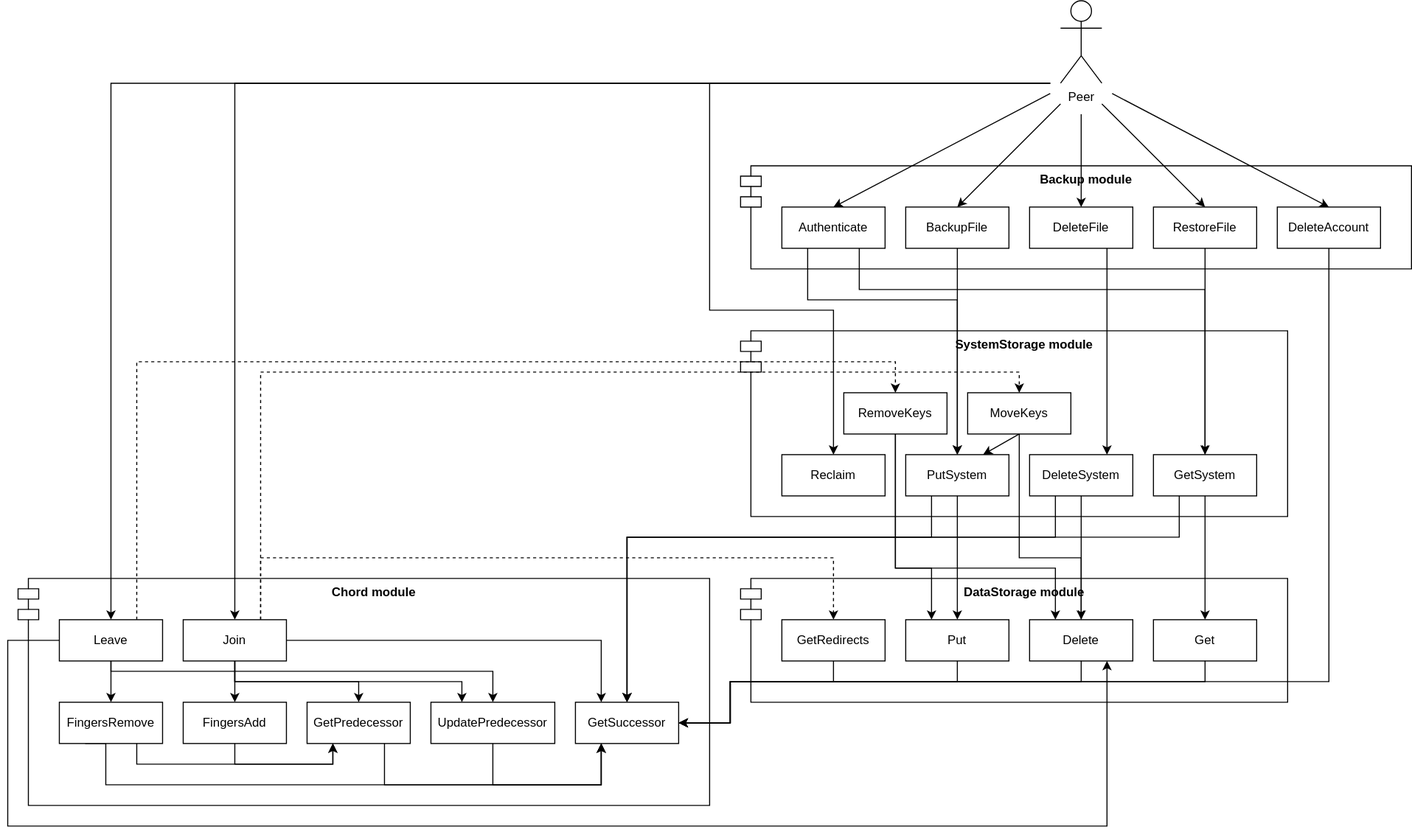
Above: doc/protocols.svg in dmfrodrigues/feup-sdis-proj2 (draw.io), before the change. Source tidied: cells renumbered, new cells last; positions are measured from the earlier drawing's top-left corner, leaving out a move shared by most shapes.
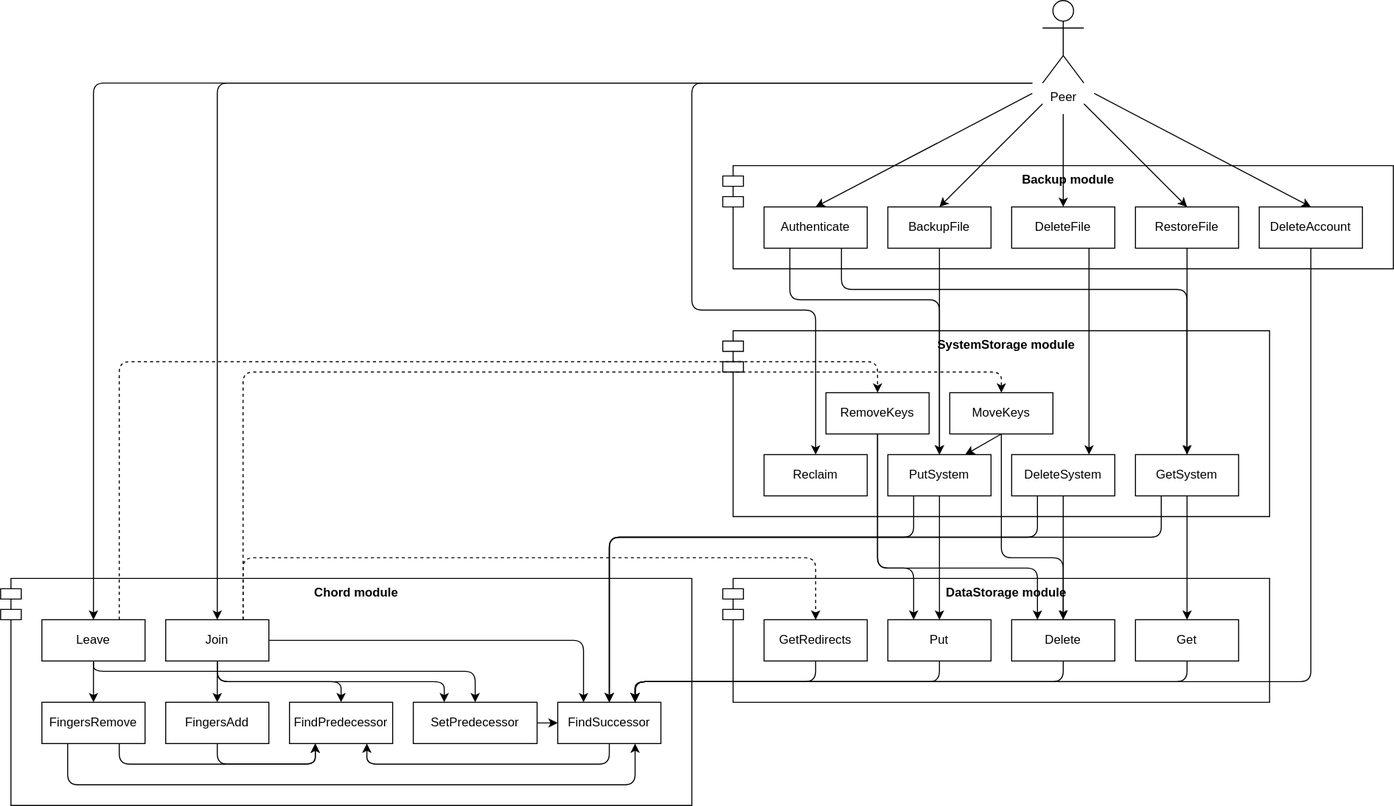
After the commit.

The edit, as a diff of the source:
```diff
@@ -10,3 +10,11 @@
     </mxCell>
+    <mxCell id="72" style="edgeStyle=orthogonalEdgeStyle;rounded=1;jettySize=auto;html=1;exitX=0.5;exitY=1;exitDx=0;exitDy=0;entryX=0.75;entryY=1;entryDx=0;entryDy=0;" parent="1" edge="1" source="4" target="47">
+      <mxGeometry relative="1" as="geometry">
+        <Array as="points">
+          <mxPoint x="600" y="740" />
+          <mxPoint x="365" y="740" />
+        </Array>
+      </mxGeometry>
+    </mxCell>
-    <mxCell id="4" value="GetSuccessor" style="rounded=0;whiteSpace=wrap;html=1;spacing=10;" parent="1" vertex="1">
+    <mxCell id="4" value="FindSuccessor" style="rounded=0;whiteSpace=wrap;html=1;spacing=10;" parent="1" vertex="1">
       <mxGeometry x="550" y="680" width="100" height="40" as="geometry" />
@@ -16,3 +24,3 @@
     </mxCell>
-    <mxCell id="6" style="edgeStyle=orthogonalEdgeStyle;rounded=0;jettySize=auto;html=1;exitX=0.25;exitY=1;exitDx=0;exitDy=0;entryX=0.5;entryY=0;entryDx=0;entryDy=0;" parent="1" edge="1" source="7" target="4">
+    <mxCell id="6" style="edgeStyle=orthogonalEdgeStyle;rounded=1;jettySize=auto;html=1;exitX=0.25;exitY=1;exitDx=0;exitDy=0;entryX=0.5;entryY=0;entryDx=0;entryDy=0;" parent="1" edge="1" source="7" target="4">
       <mxGeometry relative="1" as="geometry">
@@ -27,3 +35,3 @@
     </mxCell>
-    <mxCell id="8" style="edgeStyle=orthogonalEdgeStyle;rounded=0;jettySize=auto;html=1;exitX=0.25;exitY=1;exitDx=0;exitDy=0;entryX=0.5;entryY=0;entryDx=0;entryDy=0;endArrow=classic;endFill=1;" parent="1" edge="1" source="9" target="4">
+    <mxCell id="8" style="edgeStyle=orthogonalEdgeStyle;rounded=1;jettySize=auto;html=1;exitX=0.25;exitY=1;exitDx=0;exitDy=0;entryX=0.5;entryY=0;entryDx=0;entryDy=0;endArrow=classic;endFill=1;" parent="1" edge="1" source="9" target="4">
       <mxGeometry relative="1" as="geometry">
@@ -38,3 +46,3 @@
     </mxCell>
-    <mxCell id="10" style="edgeStyle=orthogonalEdgeStyle;rounded=0;jettySize=auto;html=1;exitX=0.25;exitY=1;exitDx=0;exitDy=0;entryX=0.5;entryY=0;entryDx=0;entryDy=0;" parent="1" edge="1" source="11" target="4">
+    <mxCell id="10" style="edgeStyle=orthogonalEdgeStyle;rounded=1;jettySize=auto;html=1;exitX=0.25;exitY=1;exitDx=0;exitDy=0;entryX=0.5;entryY=0;entryDx=0;entryDy=0;" parent="1" edge="1" source="11" target="4">
       <mxGeometry relative="1" as="geometry">
@@ -85,3 +93,3 @@
     </mxCell>
-    <mxCell id="19" style="edgeStyle=orthogonalEdgeStyle;rounded=0;jettySize=auto;html=1;exitX=0.25;exitY=1;exitDx=0;exitDy=0;entryX=0.5;entryY=0;entryDx=0;entryDy=0;" parent="1" edge="1" source="20" target="7">
+    <mxCell id="19" style="edgeStyle=orthogonalEdgeStyle;rounded=1;jettySize=auto;html=1;exitX=0.25;exitY=1;exitDx=0;exitDy=0;entryX=0.5;entryY=0;entryDx=0;entryDy=0;" parent="1" edge="1" source="20" target="7">
       <mxGeometry relative="1" as="geometry">
@@ -96,3 +104,3 @@
     </mxCell>
-    <mxCell id="21" style="edgeStyle=orthogonalEdgeStyle;rounded=0;jettySize=auto;html=1;entryX=0.5;entryY=0;entryDx=0;entryDy=0;endArrow=classic;endFill=1;" parent="1" edge="1" target="27">
+    <mxCell id="21" style="edgeStyle=orthogonalEdgeStyle;rounded=1;jettySize=auto;html=1;entryX=0.5;entryY=0;entryDx=0;entryDy=0;endArrow=classic;endFill=1;" parent="1" edge="1" target="27">
       <mxGeometry relative="1" as="geometry">
@@ -101,6 +109,6 @@
     </mxCell>
-    <mxCell id="22" style="edgeStyle=orthogonalEdgeStyle;rounded=0;jettySize=auto;html=1;exitX=0.75;exitY=0;exitDx=0;exitDy=0;entryX=0.5;entryY=0;entryDx=0;entryDy=0;endArrow=classic;endFill=1;dashed=1;" parent="1" edge="1" source="27" target="38">
+    <mxCell id="22" style="edgeStyle=orthogonalEdgeStyle;rounded=1;jettySize=auto;html=1;exitX=0.75;exitY=0;exitDx=0;exitDy=0;entryX=0.5;entryY=0;entryDx=0;entryDy=0;endArrow=classic;endFill=1;dashed=1;" parent="1" edge="1" source="27" target="38">
       <mxGeometry relative="1" as="geometry" />
     </mxCell>
-    <mxCell id="23" style="edgeStyle=orthogonalEdgeStyle;rounded=0;jettySize=auto;html=1;exitX=0.5;exitY=1;exitDx=0;exitDy=0;entryX=0.5;entryY=0;entryDx=0;entryDy=0;" parent="1" edge="1" source="27" target="47">
+    <mxCell id="23" style="edgeStyle=orthogonalEdgeStyle;rounded=1;jettySize=auto;html=1;exitX=0.5;exitY=1;exitDx=0;exitDy=0;entryX=0.5;entryY=0;entryDx=0;entryDy=0;" parent="1" edge="1" source="27" target="47">
       <mxGeometry relative="1" as="geometry">
@@ -112,3 +120,3 @@
     </mxCell>
-    <mxCell id="24" style="edgeStyle=orthogonalEdgeStyle;rounded=0;jettySize=auto;html=1;exitX=0.5;exitY=1;exitDx=0;exitDy=0;entryX=0.25;entryY=0;entryDx=0;entryDy=0;" parent="1" edge="1" source="27" target="34">
+    <mxCell id="24" style="edgeStyle=orthogonalEdgeStyle;rounded=1;jettySize=auto;html=1;exitX=0.5;exitY=1;exitDx=0;exitDy=0;entryX=0.25;entryY=0;entryDx=0;entryDy=0;" parent="1" edge="1" source="27" target="34">
       <mxGeometry relative="1" as="geometry">
@@ -120,6 +128,6 @@
     </mxCell>
-    <mxCell id="25" style="edgeStyle=orthogonalEdgeStyle;rounded=0;jettySize=auto;html=1;exitX=0.5;exitY=1;exitDx=0;exitDy=0;entryX=0.5;entryY=0;entryDx=0;entryDy=0;" parent="1" edge="1" source="27" target="36">
+    <mxCell id="25" style="edgeStyle=orthogonalEdgeStyle;rounded=1;jettySize=auto;html=1;exitX=0.5;exitY=1;exitDx=0;exitDy=0;entryX=0.5;entryY=0;entryDx=0;entryDy=0;" parent="1" edge="1" source="27" target="36">
       <mxGeometry relative="1" as="geometry" />
     </mxCell>
-    <mxCell id="26" style="edgeStyle=orthogonalEdgeStyle;rounded=0;jettySize=auto;html=1;exitX=0.75;exitY=0;exitDx=0;exitDy=0;entryX=0.5;entryY=0;entryDx=0;entryDy=0;dashed=1;" parent="1" edge="1" source="27" target="71">
+    <mxCell id="26" style="edgeStyle=orthogonalEdgeStyle;rounded=1;jettySize=auto;html=1;exitX=0.75;exitY=0;exitDx=0;exitDy=0;entryX=0.5;entryY=0;entryDx=0;entryDy=0;dashed=1;" parent="1" edge="1" source="27" target="71">
       <mxGeometry relative="1" as="geometry">
@@ -134,3 +142,3 @@
     </mxCell>
-    <mxCell id="28" style="edgeStyle=none;rounded=0;jettySize=auto;html=1;entryX=0.5;entryY=0;entryDx=0;entryDy=0;endArrow=classic;endFill=1;" parent="1" edge="1" target="20">
+    <mxCell id="28" style="edgeStyle=none;rounded=1;jettySize=auto;html=1;entryX=0.5;entryY=0;entryDx=0;entryDy=0;endArrow=classic;endFill=1;" parent="1" edge="1" target="20">
       <mxGeometry relative="1" as="geometry">
@@ -139,3 +147,3 @@
     </mxCell>
-    <mxCell id="29" style="edgeStyle=none;rounded=0;jettySize=auto;html=1;entryX=0.5;entryY=0;entryDx=0;entryDy=0;endArrow=classic;endFill=1;" parent="1" edge="1" target="14">
+    <mxCell id="29" style="edgeStyle=none;rounded=1;jettySize=auto;html=1;entryX=0.5;entryY=0;entryDx=0;entryDy=0;endArrow=classic;endFill=1;" parent="1" edge="1" target="14">
       <mxGeometry relative="1" as="geometry">
@@ -144,3 +152,3 @@
     </mxCell>
-    <mxCell id="30" style="edgeStyle=none;rounded=0;jettySize=auto;html=1;entryX=0.5;entryY=0;entryDx=0;entryDy=0;endArrow=classic;endFill=1;" parent="1" edge="1" target="18">
+    <mxCell id="30" style="edgeStyle=none;rounded=1;jettySize=auto;html=1;entryX=0.5;entryY=0;entryDx=0;entryDy=0;endArrow=classic;endFill=1;" parent="1" edge="1" target="18">
       <mxGeometry relative="1" as="geometry">
@@ -149,3 +157,3 @@
     </mxCell>
-    <mxCell id="31" style="edgeStyle=none;rounded=0;jettySize=auto;html=1;entryX=0.5;entryY=0;entryDx=0;entryDy=0;endArrow=classic;endFill=1;" parent="1" edge="1" target="16">
+    <mxCell id="31" style="edgeStyle=none;rounded=1;jettySize=auto;html=1;entryX=0.5;entryY=0;entryDx=0;entryDy=0;endArrow=classic;endFill=1;" parent="1" edge="1" target="16">
       <mxGeometry relative="1" as="geometry">
@@ -157,7 +165,7 @@
     </mxCell>
-    <mxCell id="33" style="edgeStyle=orthogonalEdgeStyle;rounded=0;jettySize=auto;html=1;entryX=0.25;entryY=1;entryDx=0;entryDy=0;exitX=0.5;exitY=1;exitDx=0;exitDy=0;" parent="1" edge="1" source="34" target="4">
+    <mxCell id="33" style="edgeStyle=orthogonalEdgeStyle;rounded=1;jettySize=auto;html=1;entryX=0;entryY=0.5;entryDx=0;entryDy=0;exitX=1;exitY=0.5;exitDx=0;exitDy=0;" parent="1" edge="1" source="34" target="4">
       <mxGeometry relative="1" as="geometry">
         <Array as="points">
-          <mxPoint x="470" y="760" />
-          <mxPoint x="575" y="760" />
+          <mxPoint x="520" y="700" />
+          <mxPoint x="520" y="700" />
         </Array>
@@ -165,6 +173,6 @@
     </mxCell>
-    <mxCell id="34" value="UpdatePredecessor" style="rounded=0;whiteSpace=wrap;html=1;spacing=10;" parent="1" vertex="1">
+    <mxCell id="34" value="SetPredecessor" style="rounded=0;whiteSpace=wrap;html=1;spacing=10;" parent="1" vertex="1">
       <mxGeometry x="410" y="680" width="120" height="40" as="geometry" />
     </mxCell>
-    <mxCell id="35" style="edgeStyle=orthogonalEdgeStyle;rounded=0;jettySize=auto;html=1;exitX=0.5;exitY=1;exitDx=0;exitDy=0;entryX=0.25;entryY=1;entryDx=0;entryDy=0;" parent="1" edge="1" source="36" target="47">
+    <mxCell id="35" style="edgeStyle=orthogonalEdgeStyle;rounded=1;jettySize=auto;html=1;exitX=0.5;exitY=1;exitDx=0;exitDy=0;entryX=0.25;entryY=1;entryDx=0;entryDy=0;" parent="1" edge="1" source="36" target="47">
       <mxGeometry relative="1" as="geometry">
@@ -185,3 +193,3 @@
     </mxCell>
-    <mxCell id="39" style="edgeStyle=orthogonalEdgeStyle;rounded=0;jettySize=auto;html=1;entryX=0.5;entryY=0;entryDx=0;entryDy=0;exitX=0.5;exitY=1;exitDx=0;exitDy=0;" parent="1" edge="1" source="42" target="34">
+    <mxCell id="39" style="edgeStyle=orthogonalEdgeStyle;rounded=1;jettySize=auto;html=1;entryX=0.5;entryY=0;entryDx=0;entryDy=0;exitX=0.5;exitY=1;exitDx=0;exitDy=0;" parent="1" edge="1" source="42" target="34">
       <mxGeometry relative="1" as="geometry">
@@ -196,3 +204,3 @@
     </mxCell>
-    <mxCell id="41" style="edgeStyle=orthogonalEdgeStyle;rounded=0;jettySize=auto;html=1;exitX=0.75;exitY=0;exitDx=0;exitDy=0;entryX=0.5;entryY=0;entryDx=0;entryDy=0;dashed=1;" parent="1" edge="1" source="42" target="68">
+    <mxCell id="41" style="edgeStyle=orthogonalEdgeStyle;rounded=1;jettySize=auto;html=1;exitX=0.75;exitY=0;exitDx=0;exitDy=0;entryX=0.5;entryY=0;entryDx=0;entryDy=0;dashed=1;" parent="1" edge="1" source="42" target="68">
       <mxGeometry relative="1" as="geometry">
@@ -207,3 +215,3 @@
     </mxCell>
-    <mxCell id="43" style="edgeStyle=orthogonalEdgeStyle;rounded=0;jettySize=auto;html=1;entryX=0.5;entryY=0;entryDx=0;entryDy=0;endArrow=classic;endFill=1;" parent="1" edge="1" target="42">
+    <mxCell id="43" style="edgeStyle=orthogonalEdgeStyle;rounded=1;jettySize=auto;html=1;entryX=0.5;entryY=0;entryDx=0;entryDy=0;endArrow=classic;endFill=1;" parent="1" edge="1" target="42">
       <mxGeometry relative="1" as="geometry">
@@ -212,3 +220,3 @@
     </mxCell>
-    <mxCell id="44" style="edgeStyle=none;rounded=0;jettySize=auto;html=1;exitX=1;exitY=0.5;exitDx=0;exitDy=0;endArrow=classic;endFill=1;entryX=0.25;entryY=0;entryDx=0;entryDy=0;" parent="1" edge="1" source="27" target="4">
+    <mxCell id="44" style="edgeStyle=none;rounded=1;jettySize=auto;html=1;exitX=1;exitY=0.5;exitDx=0;exitDy=0;endArrow=classic;endFill=1;entryX=0.25;entryY=0;entryDx=0;entryDy=0;" parent="1" edge="1" source="27" target="4">
       <mxGeometry relative="1" as="geometry">
@@ -222,14 +230,6 @@
     </mxCell>
-    <mxCell id="46" style="edgeStyle=orthogonalEdgeStyle;rounded=0;jettySize=auto;html=1;exitX=0.75;exitY=1;exitDx=0;exitDy=0;entryX=0.25;entryY=1;entryDx=0;entryDy=0;" parent="1" edge="1" source="47" target="4">
-      <mxGeometry relative="1" as="geometry">
-        <Array as="points">
-          <mxPoint x="365" y="760" />
-          <mxPoint x="575" y="760" />
-        </Array>
-      </mxGeometry>
-    </mxCell>
-    <mxCell id="47" value="GetPredecessor" style="rounded=0;whiteSpace=wrap;html=1;spacing=10;" parent="1" vertex="1">
+    <mxCell id="47" value="FindPredecessor" style="rounded=0;whiteSpace=wrap;html=1;spacing=10;" parent="1" vertex="1">
       <mxGeometry x="290" y="680" width="100" height="40" as="geometry" />
     </mxCell>
-    <mxCell id="48" style="edgeStyle=orthogonalEdgeStyle;rounded=0;jettySize=auto;html=1;exitX=0.5;exitY=1;exitDx=0;exitDy=0;entryX=1;entryY=0.5;entryDx=0;entryDy=0;" parent="1" edge="1" source="49" target="4">
+    <mxCell id="48" style="edgeStyle=orthogonalEdgeStyle;rounded=1;jettySize=auto;html=1;exitX=0.5;exitY=1;exitDx=0;exitDy=0;entryX=0.75;entryY=0;entryDx=0;entryDy=0;" parent="1" edge="1" source="49" target="4">
       <mxGeometry relative="1" as="geometry">
@@ -237,4 +237,3 @@
           <mxPoint x="920" y="660" />
-          <mxPoint x="700" y="660" />
-          <mxPoint x="700" y="700" />
+          <mxPoint x="625" y="660" />
         </Array>
@@ -251,3 +250,3 @@
     </mxCell>
-    <mxCell id="52" style="rounded=0;jettySize=auto;html=1;exitX=0.75;exitY=1;exitDx=0;exitDy=0;entryX=0.5;entryY=0;entryDx=0;entryDy=0;endArrow=classicThin;endFill=1;" parent="1" edge="1" source="20" target="9">
+    <mxCell id="52" style="rounded=1;jettySize=auto;html=1;exitX=0.75;exitY=1;exitDx=0;exitDy=0;entryX=0.5;entryY=0;entryDx=0;entryDy=0;endArrow=classicThin;endFill=1;" parent="1" edge="1" source="20" target="9">
       <mxGeometry relative="1" as="geometry">
@@ -268,3 +267,3 @@
     </mxCell>
-    <mxCell id="56" style="edgeStyle=orthogonalEdgeStyle;rounded=0;jettySize=auto;html=1;exitX=0.5;exitY=1;exitDx=0;exitDy=0;entryX=1;entryY=0.5;entryDx=0;entryDy=0;" parent="1" edge="1" source="50" target="4">
+    <mxCell id="56" style="edgeStyle=orthogonalEdgeStyle;rounded=1;jettySize=auto;html=1;exitX=0.5;exitY=1;exitDx=0;exitDy=0;entryX=0.75;entryY=0;entryDx=0;entryDy=0;" parent="1" edge="1" source="50" target="4">
       <mxGeometry relative="1" as="geometry">
@@ -272,4 +271,3 @@
           <mxPoint x="1040" y="660" />
-          <mxPoint x="700" y="660" />
-          <mxPoint x="700" y="700" />
+          <mxPoint x="625" y="660" />
         </Array>
@@ -277,3 +275,3 @@
     </mxCell>
-    <mxCell id="57" style="edgeStyle=orthogonalEdgeStyle;rounded=0;jettySize=auto;html=1;exitX=0.5;exitY=1;exitDx=0;exitDy=0;entryX=1;entryY=0.5;entryDx=0;entryDy=0;" parent="1" edge="1" source="51" target="4">
+    <mxCell id="57" style="edgeStyle=orthogonalEdgeStyle;rounded=1;jettySize=auto;html=1;exitX=0.5;exitY=1;exitDx=0;exitDy=0;entryX=0.75;entryY=0;entryDx=0;entryDy=0;" parent="1" edge="1" source="51" target="4">
       <mxGeometry relative="1" as="geometry">
@@ -281,4 +279,3 @@
           <mxPoint x="1160" y="660" />
-          <mxPoint x="700" y="660" />
-          <mxPoint x="700" y="700" />
+          <mxPoint x="625" y="660" />
         </Array>
@@ -286,3 +283,3 @@
     </mxCell>
-    <mxCell id="58" style="edgeStyle=orthogonalEdgeStyle;rounded=0;jettySize=auto;html=1;exitX=0.75;exitY=1;exitDx=0;exitDy=0;entryX=0.25;entryY=1;entryDx=0;entryDy=0;" parent="1" edge="1" source="60" target="47">
+    <mxCell id="58" style="edgeStyle=orthogonalEdgeStyle;rounded=1;jettySize=auto;html=1;exitX=0.75;exitY=1;exitDx=0;exitDy=0;entryX=0.25;entryY=1;entryDx=0;entryDy=0;" parent="1" edge="1" source="60" target="47">
       <mxGeometry relative="1" as="geometry">
@@ -294,7 +291,7 @@
     </mxCell>
-    <mxCell id="59" style="edgeStyle=orthogonalEdgeStyle;rounded=0;jettySize=auto;html=1;exitX=0.25;exitY=1;exitDx=0;exitDy=0;entryX=0.25;entryY=1;entryDx=0;entryDy=0;" parent="1" edge="1" source="60" target="4">
+    <mxCell id="59" style="edgeStyle=orthogonalEdgeStyle;rounded=1;jettySize=auto;html=1;exitX=0.25;exitY=1;exitDx=0;exitDy=0;entryX=0.75;entryY=1;entryDx=0;entryDy=0;" parent="1" edge="1" source="60" target="4">
       <mxGeometry relative="1" as="geometry">
         <Array as="points">
-          <mxPoint x="95" y="760" />
-          <mxPoint x="575" y="760" />
+          <mxPoint x="75" y="760" />
+          <mxPoint x="625" y="760" />
         </Array>
@@ -305,3 +302,3 @@
     </mxCell>
-    <mxCell id="61" style="edgeStyle=none;rounded=0;jettySize=auto;html=1;entryX=0.5;entryY=0;entryDx=0;entryDy=0;endArrow=classic;endFill=1;" parent="1" edge="1" target="45">
+    <mxCell id="61" style="edgeStyle=none;rounded=1;jettySize=auto;html=1;entryX=0.5;entryY=0;entryDx=0;entryDy=0;endArrow=classic;endFill=1;" parent="1" edge="1" target="45">
       <mxGeometry relative="1" as="geometry">
@@ -318,3 +315,3 @@
     </mxCell>
-    <mxCell id="63" style="edgeStyle=none;rounded=0;jettySize=auto;html=1;entryX=0.5;entryY=0;entryDx=0;entryDy=0;endArrow=classic;endFill=1;" parent="1" edge="1" target="62">
+    <mxCell id="63" style="edgeStyle=none;rounded=1;jettySize=auto;html=1;entryX=0.5;entryY=0;entryDx=0;entryDy=0;endArrow=classic;endFill=1;" parent="1" edge="1" target="62">
       <mxGeometry relative="1" as="geometry">
@@ -323,12 +320,3 @@
     </mxCell>
-    <mxCell id="64" style="edgeStyle=orthogonalEdgeStyle;rounded=0;jettySize=auto;html=1;exitX=0;exitY=0.5;exitDx=0;exitDy=0;entryX=0.75;entryY=1;entryDx=0;entryDy=0;" parent="1" edge="1" source="42" target="50">
-      <mxGeometry relative="1" as="geometry">
-        <Array as="points">
-          <mxPoint y="620" />
-          <mxPoint y="800" />
-          <mxPoint x="1065" y="800" />
-        </Array>
-      </mxGeometry>
-    </mxCell>
-    <mxCell id="65" style="edgeStyle=none;rounded=0;jettySize=auto;html=1;exitX=0.5;exitY=1;exitDx=0;exitDy=0;endArrow=classicThin;endFill=1;entryX=0.5;entryY=0;entryDx=0;entryDy=0;" parent="1" edge="1" source="38" target="50">
+    <mxCell id="65" style="edgeStyle=none;rounded=1;jettySize=auto;html=1;exitX=0.5;exitY=1;exitDx=0;exitDy=0;endArrow=classicThin;endFill=1;entryX=0.5;entryY=0;entryDx=0;entryDy=0;" parent="1" edge="1" source="38" target="50">
       <mxGeometry relative="1" as="geometry">
@@ -340,3 +328,3 @@
     </mxCell>
-    <mxCell id="66" style="edgeStyle=orthogonalEdgeStyle;rounded=0;jettySize=auto;html=1;exitX=0.5;exitY=1;exitDx=0;exitDy=0;entryX=0.25;entryY=0;entryDx=0;entryDy=0;" parent="1" edge="1" source="68" target="49">
+    <mxCell id="66" style="edgeStyle=orthogonalEdgeStyle;rounded=1;jettySize=auto;html=1;exitX=0.5;exitY=1;exitDx=0;exitDy=0;entryX=0.25;entryY=0;entryDx=0;entryDy=0;" parent="1" edge="1" source="68" target="49">
       <mxGeometry relative="1" as="geometry">
@@ -348,3 +336,3 @@
     </mxCell>
-    <mxCell id="67" style="edgeStyle=orthogonalEdgeStyle;rounded=0;jettySize=auto;html=1;exitX=0.5;exitY=1;exitDx=0;exitDy=0;entryX=0.25;entryY=0;entryDx=0;entryDy=0;" parent="1" edge="1" source="68" target="50">
+    <mxCell id="67" style="edgeStyle=orthogonalEdgeStyle;rounded=1;jettySize=auto;html=1;exitX=0.5;exitY=1;exitDx=0;exitDy=0;entryX=0.25;entryY=0;entryDx=0;entryDy=0;" parent="1" edge="1" source="68" target="50">
       <mxGeometry relative="1" as="geometry">
@@ -359,3 +347,3 @@
     </mxCell>
-    <mxCell id="69" style="edgeStyle=orthogonalEdgeStyle;rounded=0;jettySize=auto;html=1;exitX=0.5;exitY=1;exitDx=0;exitDy=0;entryX=1;entryY=0.5;entryDx=0;entryDy=0;endArrow=none;" parent="1" edge="1" source="62" target="4">
+    <mxCell id="69" style="edgeStyle=orthogonalEdgeStyle;rounded=1;jettySize=auto;html=1;exitX=0.5;exitY=1;exitDx=0;exitDy=0;entryX=0.75;entryY=0;entryDx=0;entryDy=0;endArrow=none;" parent="1" edge="1" source="62" target="4">
       <mxGeometry relative="1" as="geometry">
@@ -363,4 +351,3 @@
           <mxPoint x="1280" y="660" />
-          <mxPoint x="700" y="660" />
-          <mxPoint x="700" y="700" />
+          <mxPoint x="625" y="660" />
         </Array>
@@ -368,3 +355,3 @@
     </mxCell>
-    <mxCell id="70" style="edgeStyle=orthogonalEdgeStyle;rounded=0;jettySize=auto;html=1;exitX=0.5;exitY=1;exitDx=0;exitDy=0;entryX=1;entryY=0.5;entryDx=0;entryDy=0;" parent="1" edge="1" source="71" target="4">
+    <mxCell id="70" style="edgeStyle=orthogonalEdgeStyle;rounded=1;jettySize=auto;html=1;exitX=0.5;exitY=1;exitDx=0;exitDy=0;entryX=0.75;entryY=0;entryDx=0;entryDy=0;" parent="1" edge="1" source="71" target="4">
       <mxGeometry relative="1" as="geometry">
@@ -372,4 +359,3 @@
           <mxPoint x="800" y="660" />
-          <mxPoint x="700" y="660" />
-          <mxPoint x="700" y="700" />
+          <mxPoint x="625" y="660" />
         </Array>
```
